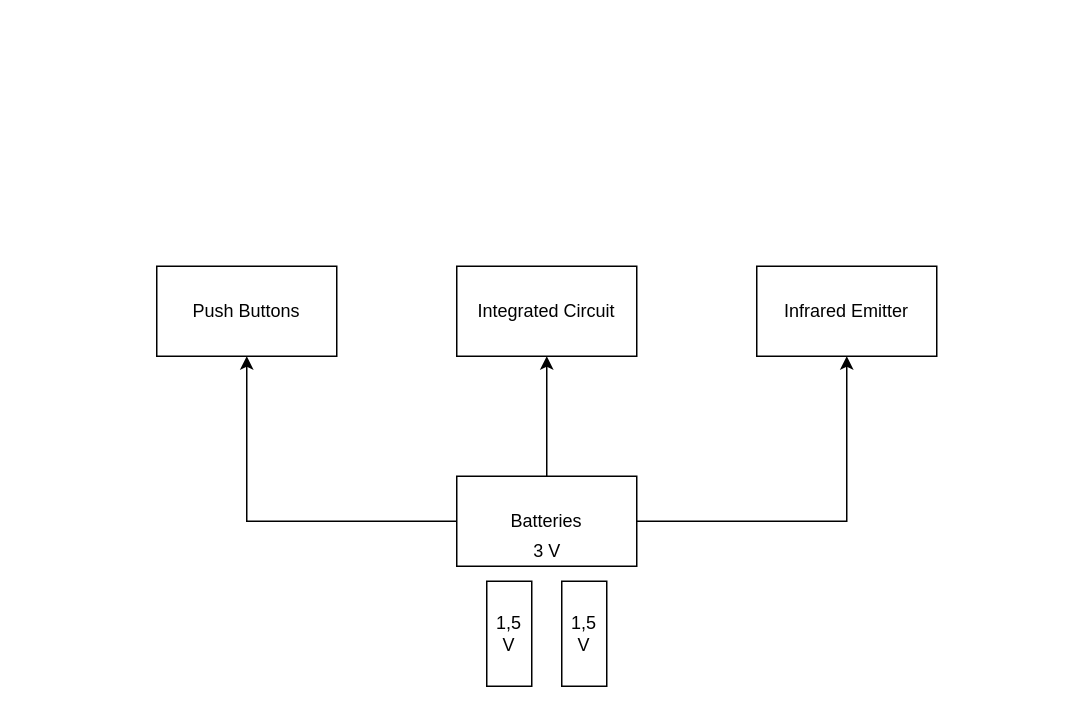
This is page "HW_Arch" (3 of 7) of tv_remote/problem_statement.drawio from ESRGgroup9/slipad, a draw.io file, before an edit. Source tidied: cells renumbered, new cells numbered last; positions are measured from the earlier drawing's top-left corner, leaving out a move shared by most shapes. Both pictures are drawn from the tidied source at 150%, with x=0, y=0 at pixel (156, 266).
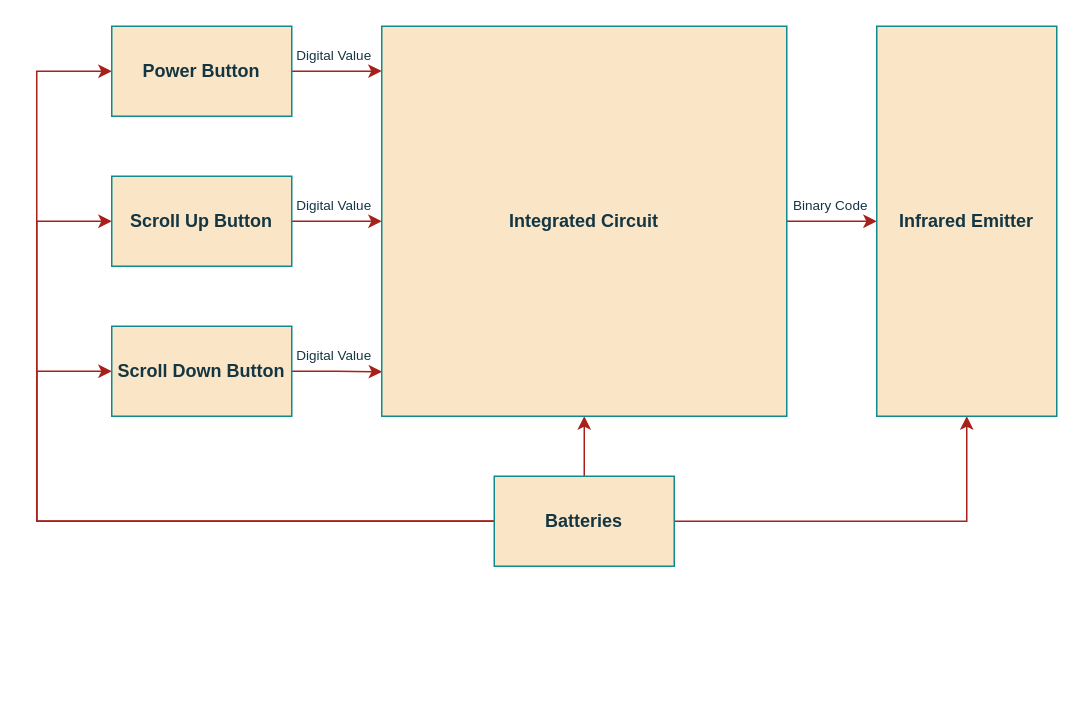
Above is the later version.

The edit, as a diff of the source:
```diff
@@
-    <mxCell id="2" style="edgeStyle=orthogonalEdgeStyle;rounded=0;jettySize=auto;html=1;exitX=1;exitY=0.5;exitDx=0;exitDy=0;entryX=0.5;entryY=1;entryDx=0;entryDy=0;" parent="1" edge="1" source="5" target="8">
+    <mxCell id="2" style="edgeStyle=orthogonalEdgeStyle;rounded=0;jettySize=auto;html=1;exitX=1;exitY=0.5;exitDx=0;exitDy=0;entryX=0.5;entryY=1;entryDx=0;entryDy=0;labelBackgroundColor=#DAD2D8;strokeColor=#A8201A;fontColor=#143642;" parent="1" edge="1" source="5" target="8">
       <mxGeometry relative="1" as="geometry" />
     </mxCell>
-    <mxCell id="3" style="edgeStyle=orthogonalEdgeStyle;rounded=0;jettySize=auto;html=1;exitX=0;exitY=0.5;exitDx=0;exitDy=0;" parent="1" edge="1" source="5" target="6">
-      <mxGeometry relative="1" as="geometry" />
+    <mxCell id="3" style="edgeStyle=orthogonalEdgeStyle;rounded=0;jettySize=auto;html=1;exitX=0;exitY=0.5;exitDx=0;exitDy=0;labelBackgroundColor=#DAD2D8;strokeColor=#A8201A;fontColor=#143642;" parent="1" edge="1" source="5" target="6">
+      <mxGeometry relative="1" as="geometry">
+        <Array as="points">
+          <mxPoint x="-80" y="170" />
+          <mxPoint x="-80" y="70" />
+        </Array>
+      </mxGeometry>
     </mxCell>
-    <mxCell id="4" style="edgeStyle=orthogonalEdgeStyle;rounded=0;jettySize=auto;html=1;exitX=0.5;exitY=0;exitDx=0;exitDy=0;entryX=0.5;entryY=1;entryDx=0;entryDy=0;" parent="1" edge="1" source="5" target="7">
+    <mxCell id="4" style="edgeStyle=orthogonalEdgeStyle;rounded=0;jettySize=auto;html=1;exitX=0.5;exitY=0;exitDx=0;exitDy=0;entryX=0.5;entryY=1;entryDx=0;entryDy=0;labelBackgroundColor=#DAD2D8;strokeColor=#A8201A;fontColor=#143642;" parent="1" edge="1" source="5" target="7">
       <mxGeometry relative="1" as="geometry" />
     </mxCell>
+    <mxCell id="12" style="edgeStyle=orthogonalEdgeStyle;rounded=0;jettySize=auto;html=1;exitX=0;exitY=0.5;exitDx=0;exitDy=0;entryX=0;entryY=0.5;entryDx=0;entryDy=0;labelBackgroundColor=#DAD2D8;strokeColor=#A8201A;fontColor=#143642;" parent="1" edge="1" source="5" target="17">
+      <mxGeometry relative="1" as="geometry">
+        <Array as="points">
+          <mxPoint x="-80" y="170" />
+          <mxPoint x="-80" y="-30" />
+        </Array>
+      </mxGeometry>
+    </mxCell>
+    <mxCell id="13" style="edgeStyle=orthogonalEdgeStyle;rounded=0;jettySize=auto;html=1;exitX=0;exitY=0.5;exitDx=0;exitDy=0;entryX=0;entryY=0.5;entryDx=0;entryDy=0;labelBackgroundColor=#DAD2D8;strokeColor=#A8201A;fontColor=#143642;" parent="1" edge="1" source="5" target="19">
+      <mxGeometry relative="1" as="geometry">
+        <Array as="points">
+          <mxPoint x="-80" y="170" />
+          <mxPoint x="-80" y="-130" />
+        </Array>
+      </mxGeometry>
+    </mxCell>
-    <mxCell id="5" value="Batteries" style="rounded=0;whiteSpace=wrap;html=1;" parent="1" vertex="1">
-      <mxGeometry x="200" y="140" width="120" height="60" as="geometry" />
+    <mxCell id="5" value="Batteries" style="rounded=0;whiteSpace=wrap;html=1;fillColor=#FAE5C7;strokeColor=#0F8B8D;fontColor=#143642;fontStyle=1;" parent="1" vertex="1">
+      <mxGeometry x="225" y="140" width="120" height="60" as="geometry" />
     </mxCell>
+    <mxCell id="14" style="edgeStyle=orthogonalEdgeStyle;rounded=0;jettySize=auto;html=1;exitX=1;exitY=0.5;exitDx=0;exitDy=0;entryX=0.001;entryY=0.886;entryDx=0;entryDy=0;entryPerimeter=0;labelBackgroundColor=#DAD2D8;strokeColor=#A8201A;fontColor=#143642;" parent="1" edge="1" source="6" target="7">
+      <mxGeometry relative="1" as="geometry" />
+    </mxCell>
-    <mxCell id="6" value="Push Buttons" style="rounded=0;whiteSpace=wrap;html=1;" parent="1" vertex="1">
-      <mxGeometry width="120" height="60" as="geometry" />
+    <mxCell id="6" value="Scroll Down Button" style="rounded=0;whiteSpace=wrap;html=1;fillColor=#FAE5C7;strokeColor=#0F8B8D;fontColor=#143642;fontStyle=1;" parent="1" vertex="1">
+      <mxGeometry x="-30" y="40" width="120" height="60" as="geometry" />
     </mxCell>
+    <mxCell id="15" style="edgeStyle=orthogonalEdgeStyle;rounded=0;jettySize=auto;html=1;exitX=1;exitY=0.5;exitDx=0;exitDy=0;entryX=0;entryY=0.5;entryDx=0;entryDy=0;labelBackgroundColor=#DAD2D8;strokeColor=#A8201A;fontColor=#143642;" parent="1" edge="1" source="7" target="8">
+      <mxGeometry relative="1" as="geometry" />
+    </mxCell>
-    <mxCell id="7" value="Integrated Circuit" style="rounded=0;whiteSpace=wrap;html=1;" parent="1" vertex="1">
-      <mxGeometry x="200" width="120" height="60" as="geometry" />
+    <mxCell id="7" value="Integrated Circuit" style="rounded=0;whiteSpace=wrap;html=1;fillColor=#FAE5C7;strokeColor=#0F8B8D;fontColor=#143642;fontStyle=1;" parent="1" vertex="1">
+      <mxGeometry x="150" y="-160" width="270" height="260" as="geometry" />
     </mxCell>
-    <mxCell id="8" value="&lt;div&gt;Infrared Emitter&lt;/div&gt;" style="rounded=0;whiteSpace=wrap;html=1;" parent="1" vertex="1">
-      <mxGeometry x="400" width="120" height="60" as="geometry" />
+    <mxCell id="8" value="&lt;div&gt;Infrared Emitter&lt;/div&gt;" style="rounded=0;whiteSpace=wrap;html=1;fillColor=#FAE5C7;strokeColor=#0F8B8D;fontColor=#143642;fontStyle=1;" parent="1" vertex="1">
+      <mxGeometry x="480" y="-160" width="120" height="260" as="geometry" />
     </mxCell>
-    <mxCell id="9" value="1,5 V" style="rounded=0;whiteSpace=wrap;html=1;" parent="1" vertex="1">
-      <mxGeometry x="220" y="210" width="30" height="70" as="geometry" />
-    </mxCell>
-    <mxCell id="10" value="1,5 V" style="rounded=0;whiteSpace=wrap;html=1;" parent="1" vertex="1">
-      <mxGeometry x="270" y="210" width="30" height="70" as="geometry" />
-    </mxCell>
-    <mxCell id="11" value="3 V" style="text;html=1;align=center;verticalAlign=middle;strokeColor=none;fillColor=none;" parent="1" vertex="1">
-      <mxGeometry x="245" y="180" width="30" height="20" as="geometry" />
-    </mxCell>
+    <mxCell id="16" style="edgeStyle=orthogonalEdgeStyle;rounded=0;jettySize=auto;html=1;exitX=1;exitY=0.5;exitDx=0;exitDy=0;labelBackgroundColor=#DAD2D8;strokeColor=#A8201A;fontColor=#143642;" parent="1" edge="1" source="17" target="7">
+      <mxGeometry relative="1" as="geometry" />
+    </mxCell>
+    <mxCell id="17" value="Scroll Up Button" style="rounded=0;whiteSpace=wrap;html=1;fillColor=#FAE5C7;strokeColor=#0F8B8D;fontColor=#143642;fontStyle=1;" parent="1" vertex="1">
+      <mxGeometry x="-30" y="-60" width="120" height="60" as="geometry" />
+    </mxCell>
+    <mxCell id="18" style="edgeStyle=orthogonalEdgeStyle;rounded=0;jettySize=auto;html=1;exitX=1;exitY=0.5;exitDx=0;exitDy=0;entryX=0;entryY=0.115;entryDx=0;entryDy=0;entryPerimeter=0;labelBackgroundColor=#DAD2D8;strokeColor=#A8201A;fontColor=#143642;" parent="1" edge="1" source="19" target="7">
+      <mxGeometry relative="1" as="geometry" />
+    </mxCell>
+    <mxCell id="19" value="&lt;div&gt;Power Button&lt;/div&gt;" style="rounded=0;whiteSpace=wrap;html=1;fillColor=#FAE5C7;strokeColor=#0F8B8D;fontColor=#143642;fontStyle=1;" parent="1" vertex="1">
+      <mxGeometry x="-30" y="-160" width="120" height="60" as="geometry" />
+    </mxCell>
+    <mxCell id="20" value="Digital Value" style="text;html=1;align=center;verticalAlign=middle;strokeColor=none;fillColor=none;fontColor=#143642;fontSize=9;" parent="1" vertex="1">
+      <mxGeometry x="83" y="-150" width="70" height="20" as="geometry" />
+    </mxCell>
+    <mxCell id="21" value="Digital Value" style="text;html=1;align=center;verticalAlign=middle;strokeColor=none;fillColor=none;fontColor=#143642;fontSize=9;" parent="1" vertex="1">
+      <mxGeometry x="83" y="-50" width="70" height="20" as="geometry" />
+    </mxCell>
+    <mxCell id="22" value="Digital Value" style="text;html=1;align=center;verticalAlign=middle;strokeColor=none;fillColor=none;fontColor=#143642;fontSize=9;" parent="1" vertex="1">
+      <mxGeometry x="83" y="50" width="70" height="20" as="geometry" />
+    </mxCell>
+    <mxCell id="23" value="Binary Code" style="text;html=1;align=center;verticalAlign=middle;strokeColor=none;fillColor=none;fontColor=#143642;fontSize=9;" parent="1" vertex="1">
+      <mxGeometry x="414" y="-50" width="70" height="20" as="geometry" />
+    </mxCell>
```
